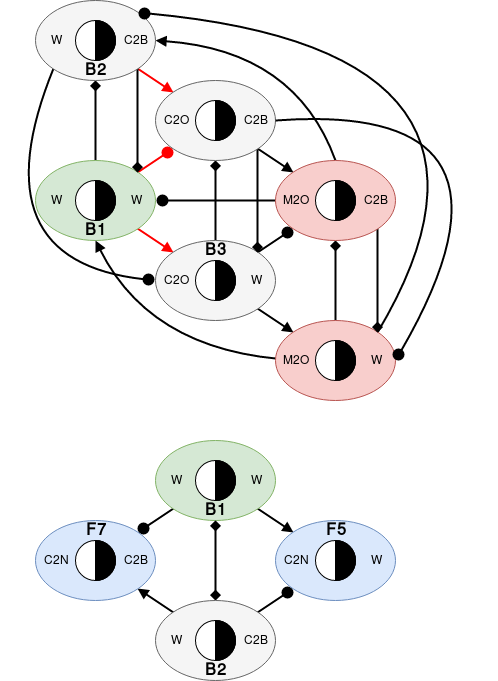
Before: png/IPart_ASYNCH.png, a diagram exported from draw.io (UberPanda/ProofGraphs). Source tidied: cells renumbered, new cells last; positions are measured from the earlier drawing's top-left corner, leaving out a move shared by most shapes.
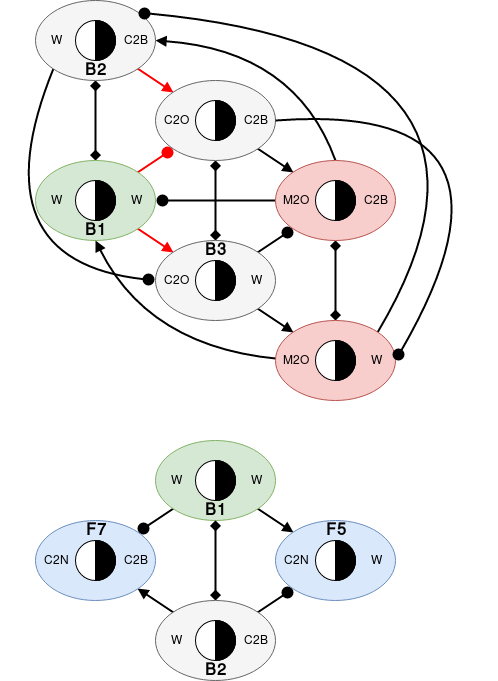
The same diagram one commit later.

The edit, as a diff of the source:
```diff
@@ -5,7 +5,7 @@
     <mxCell id="2" style="edgeStyle=none;curved=1;comic=0;html=1;exitX=1;exitY=1;entryX=0;entryY=0;startArrow=none;startFill=0;endArrow=block;endFill=1;endSize=6;jettySize=auto;strokeColor=#FF0000;strokeWidth=2;fillColor=none;" parent="1" edge="1" source="5" target="9">
       <mxGeometry relative="1" as="geometry" />
     </mxCell>
-    <mxCell id="3" style="edgeStyle=none;curved=1;comic=0;html=1;startArrow=none;startFill=0;endArrow=diamond;endFill=1;endSize=6;jettySize=auto;strokeColor=#000000;strokeWidth=2;fillColor=none;" parent="1" edge="1" source="5" target="13">
+    <mxCell id="3" style="edgeStyle=none;curved=1;comic=0;html=1;startArrow=diamond;startFill=1;endArrow=diamond;endFill=1;endSize=6;jettySize=auto;strokeColor=#000000;strokeWidth=2;fillColor=none;" parent="1" edge="1" source="5" target="13">
       <mxGeometry relative="1" as="geometry" />
     </mxCell>
     <mxCell id="4" style="edgeStyle=none;curved=1;comic=0;html=1;exitX=1;exitY=0;entryX=0;entryY=1;startArrow=none;startFill=0;endArrow=circle;endFill=1;endSize=3;jettySize=auto;strokeColor=#FF0000;strokeWidth=2;fillColor=none;" parent="1" edge="1" source="5" target="16">
@@ -17,7 +17,7 @@
     <mxCell id="6" style="edgeStyle=none;curved=1;comic=0;html=1;exitX=1;exitY=1;entryX=0;entryY=0;startArrow=none;startFill=0;endArrow=block;endFill=1;endSize=6;jettySize=auto;strokeColor=#000000;strokeWidth=2;fillColor=none;" parent="1" edge="1" source="9" target="20">
       <mxGeometry relative="1" as="geometry" />
     </mxCell>
-    <mxCell id="7" style="edgeStyle=none;curved=1;comic=0;html=1;startArrow=none;startFill=0;endArrow=diamond;endFill=1;endSize=6;jettySize=auto;strokeColor=#000000;strokeWidth=2;fillColor=none;" parent="1" edge="1" source="9" target="16">
+    <mxCell id="7" style="edgeStyle=none;curved=1;comic=0;html=1;startArrow=diamond;startFill=1;endArrow=diamond;endFill=1;endSize=6;jettySize=auto;strokeColor=#000000;strokeWidth=2;fillColor=none;" parent="1" edge="1" source="9" target="16">
       <mxGeometry relative="1" as="geometry" />
     </mxCell>
     <mxCell id="8" style="edgeStyle=none;curved=1;comic=0;html=1;exitX=1;exitY=0;entryX=0;entryY=1;startArrow=none;startFill=0;endArrow=circle;endFill=1;endSize=3;jettySize=auto;strokeColor=#000000;strokeWidth=2;fillColor=none;" parent="1" edge="1" source="9" target="24">
@@ -29,9 +29,6 @@
     <mxCell id="10" style="edgeStyle=none;curved=1;comic=0;html=1;exitX=1;exitY=1;entryX=0;entryY=0;startArrow=none;startFill=0;endArrow=block;endFill=1;endSize=6;jettySize=auto;strokeColor=#FF0000;strokeWidth=2;fillColor=none;" parent="1" edge="1" source="13" target="16">
       <mxGeometry relative="1" as="geometry" />
     </mxCell>
-    <mxCell id="11" style="edgeStyle=none;curved=1;comic=0;html=1;exitX=1;exitY=1;entryX=1;entryY=0;startArrow=none;startFill=0;endArrow=diamond;endFill=1;endSize=6;jettySize=auto;strokeColor=#000000;strokeWidth=2;fillColor=none;" parent="1" edge="1" source="13" target="5">
-      <mxGeometry relative="1" as="geometry" />
-    </mxCell>
     <mxCell id="12" style="edgeStyle=none;curved=1;comic=0;html=1;exitX=0;exitY=1;entryX=0;entryY=0.5;startArrow=none;startFill=0;endArrow=circle;endFill=1;endSize=3;jettySize=auto;strokeColor=#000000;strokeWidth=2;fillColor=none;" parent="1" edge="1" source="13" target="9">
       <mxGeometry relative="1" as="geometry">
         <Array as="points">
@@ -45,9 +42,6 @@
     <mxCell id="14" style="edgeStyle=none;curved=1;comic=0;html=1;exitX=1;exitY=1;entryX=0;entryY=0;startArrow=none;startFill=0;endArrow=block;endFill=1;endSize=6;jettySize=auto;strokeColor=#000000;strokeWidth=2;fillColor=none;" parent="1" edge="1" source="16" target="24">
       <mxGeometry relative="1" as="geometry" />
     </mxCell>
-    <mxCell id="15" style="edgeStyle=none;curved=1;comic=0;html=1;exitX=1;exitY=1;entryX=1;entryY=0;startArrow=none;startFill=0;endArrow=diamond;endFill=1;endSize=6;jettySize=auto;strokeColor=#000000;strokeWidth=2;fillColor=none;" parent="1" edge="1" source="16" target="9">
-      <mxGeometry relative="1" as="geometry" />
-    </mxCell>
     <mxCell id="16" style="ellipse;whiteSpace=wrap;html=1;shadow=0;strokeColor=#666666;fillColor=#f5f5f5;" parent="1" vertex="1">
       <mxGeometry x="180" y="80" width="120" height="80" as="geometry" />
     </mxCell>
@@ -58,7 +52,7 @@
         </Array>
       </mxGeometry>
     </mxCell>
-    <mxCell id="18" style="edgeStyle=none;curved=1;comic=0;html=1;startArrow=none;startFill=0;endArrow=diamond;endFill=1;endSize=6;jettySize=auto;strokeColor=#000000;strokeWidth=2;fillColor=none;" parent="1" edge="1" source="20" target="24">
+    <mxCell id="18" style="edgeStyle=none;curved=1;comic=0;html=1;startArrow=diamond;startFill=1;endArrow=diamond;endFill=1;endSize=6;jettySize=auto;strokeColor=#000000;strokeWidth=2;fillColor=none;" parent="1" edge="1" source="20" target="24">
       <mxGeometry relative="1" as="geometry" />
     </mxCell>
     <mxCell id="19" style="edgeStyle=none;curved=1;comic=0;html=1;exitX=1;exitY=0;entryX=1;entryY=0;startArrow=none;startFill=0;endArrow=circle;endFill=1;endSize=3;jettySize=auto;strokeColor=#000000;strokeWidth=2;fillColor=none;" parent="1" edge="1" source="20" target="13">
@@ -71,9 +65,6 @@
     <mxCell id="20" style="ellipse;whiteSpace=wrap;html=1;shadow=0;strokeColor=#b85450;fillColor=#f8cecc;" parent="1" vertex="1">
       <mxGeometry x="300" y="320" width="120" height="80" as="geometry" />
     </mxCell>
-    <mxCell id="21" style="edgeStyle=none;curved=1;comic=0;html=1;exitX=1;exitY=1;entryX=1;entryY=0;startArrow=none;startFill=0;endArrow=diamond;endFill=1;endSize=6;jettySize=auto;strokeColor=#000000;strokeWidth=2;fillColor=none;" parent="1" edge="1" source="24" target="20">
-      <mxGeometry relative="1" as="geometry" />
-    </mxCell>
     <mxCell id="22" style="edgeStyle=none;curved=1;comic=0;html=1;exitX=0;exitY=0.5;entryX=1;entryY=0.5;startArrow=none;startFill=0;endArrow=circle;endFill=1;endSize=3;jettySize=auto;strokeColor=#000000;strokeWidth=2;fillColor=none;" parent="1" edge="1" source="24" target="5">
       <mxGeometry relative="1" as="geometry" />
     </mxCell>
```
